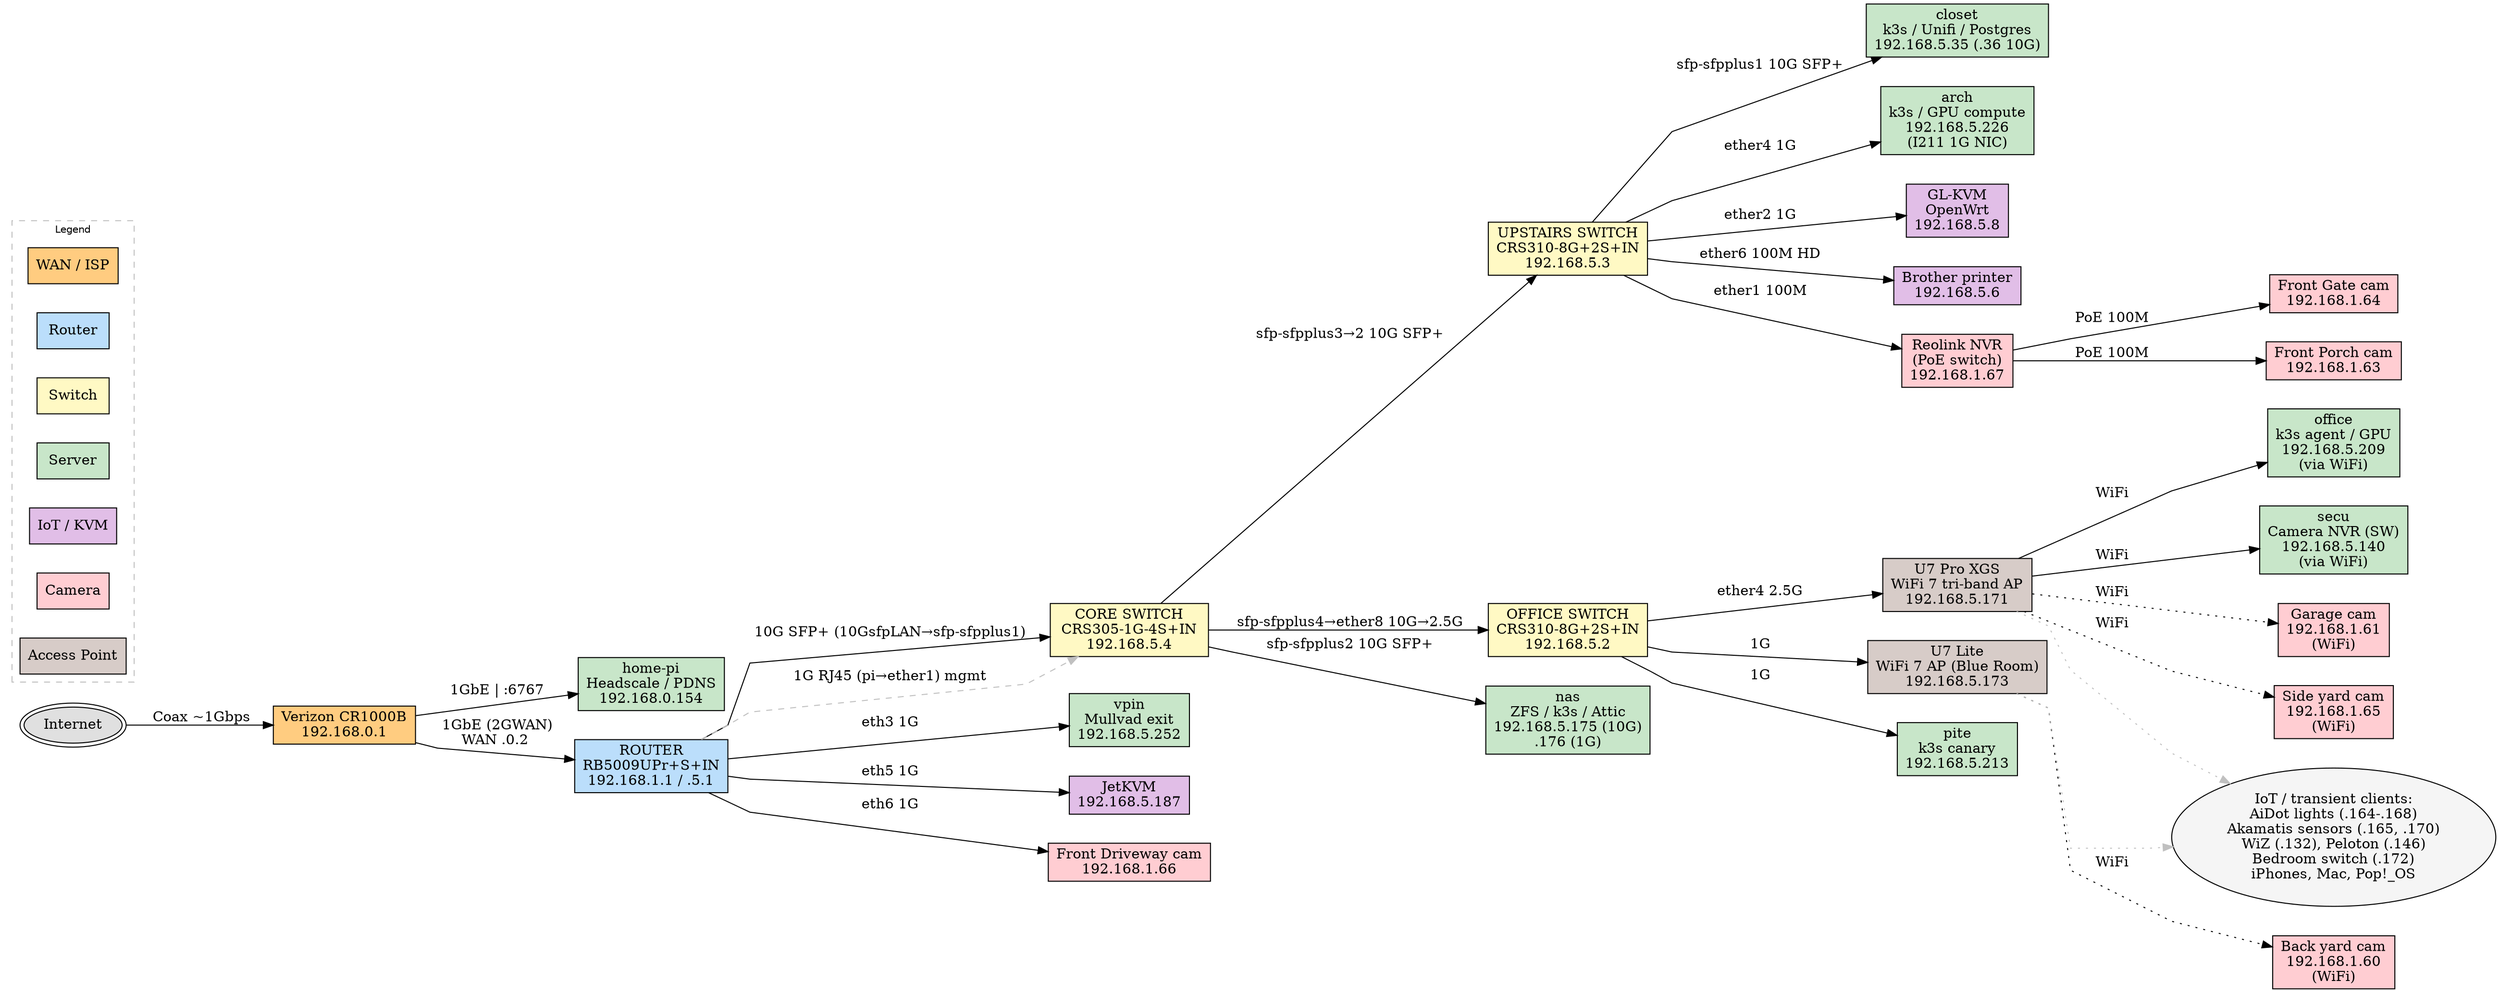
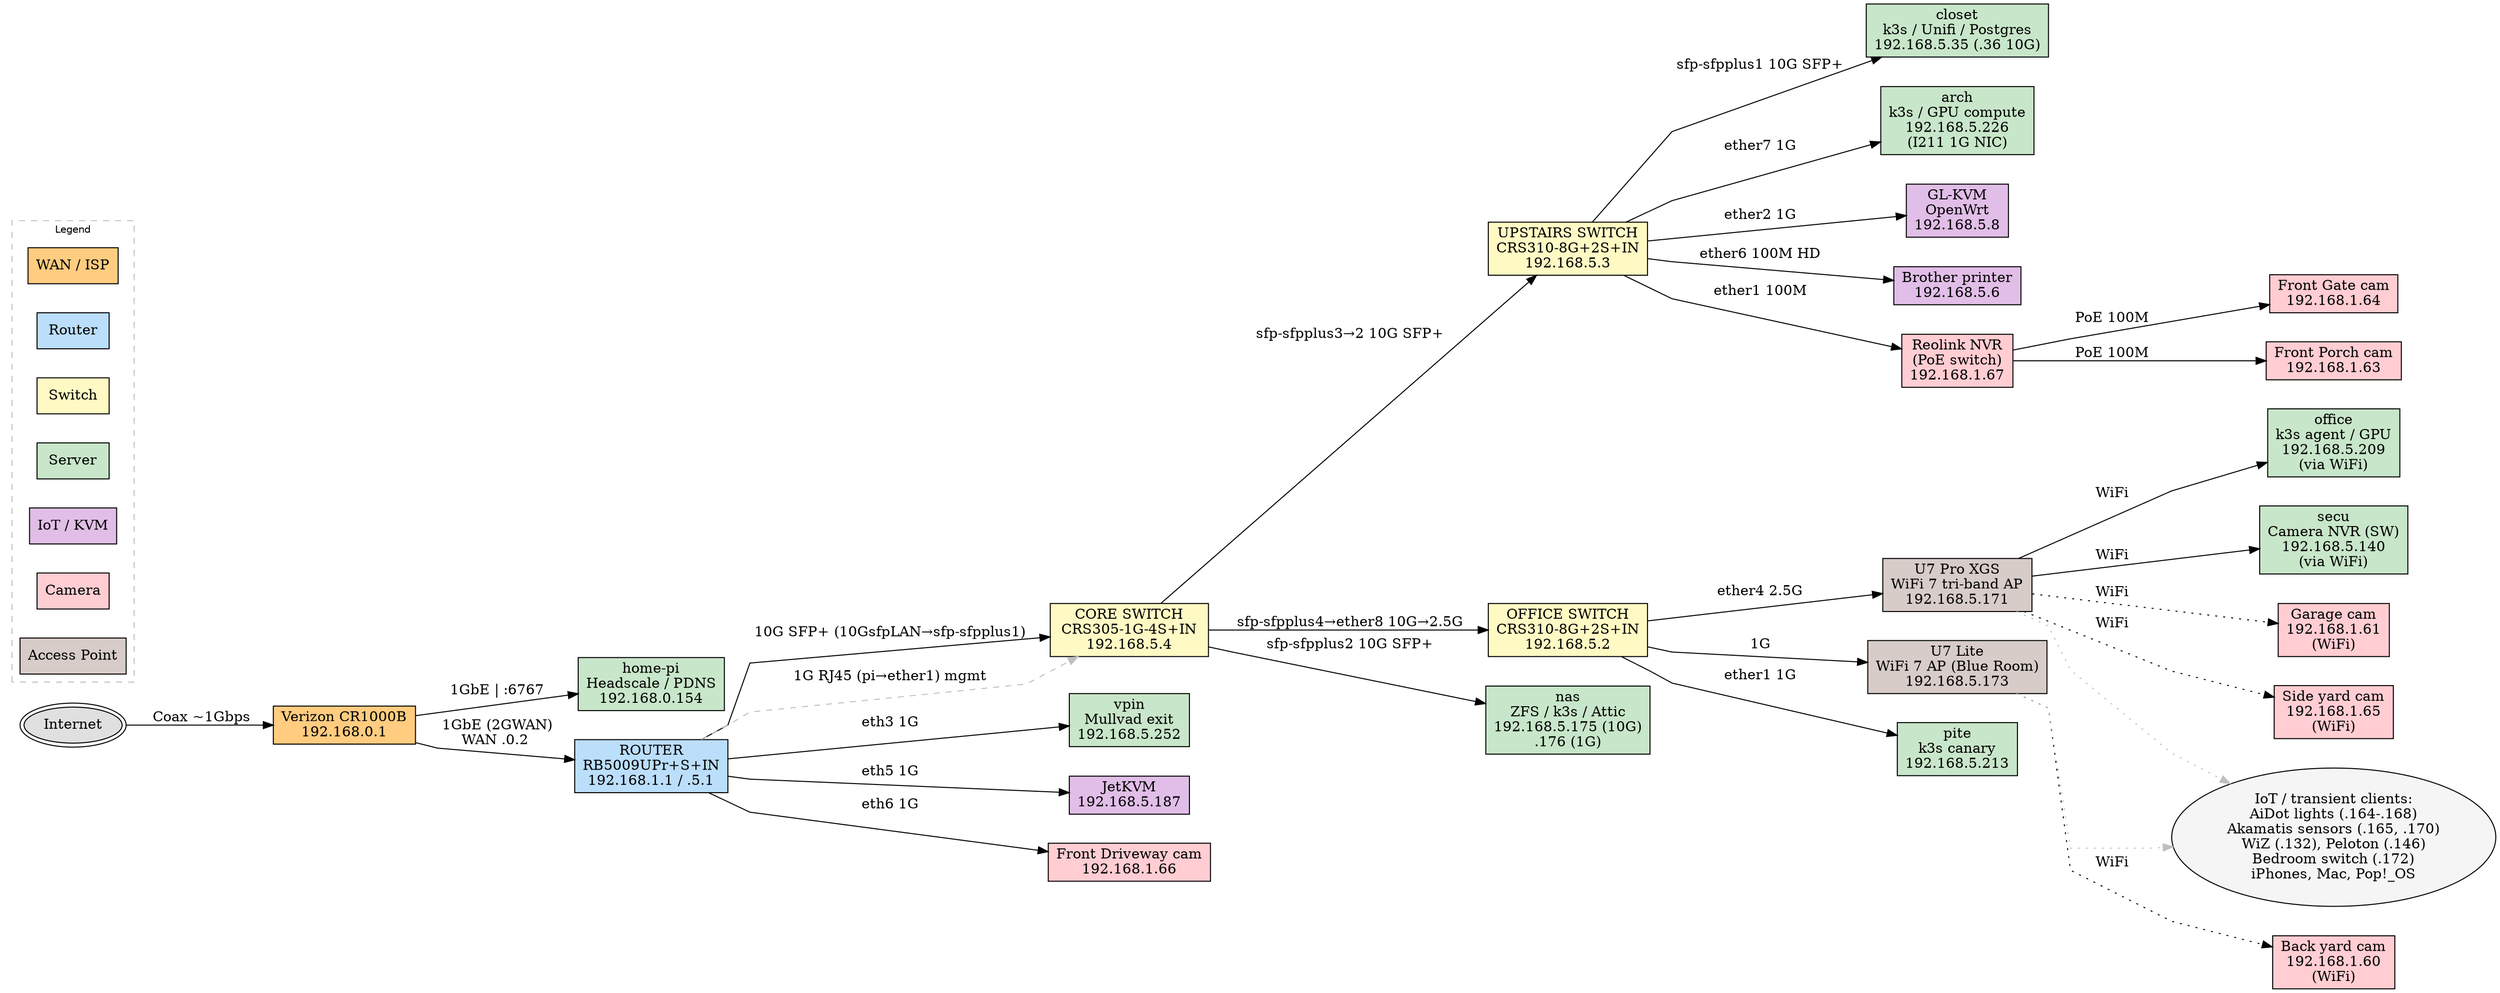
digraph G {
    rankdir=LR
    splines=polyline
    nodesep=0.4
    ranksep=0.6
    bgcolor=white
    fontname="Helvetica"

    // ── Internet / WAN ──
    internet [shape=ellipse, label="Internet", fillcolor="#e0e0e0", style=filled, peripheries=2]
    verizon  [shape=box, label="Verizon CR1000B\n192.168.0.1", fillcolor="#ffcc80", style=filled]
    homepi   [shape=box, label="home-pi\nHeadscale / PDNS\n192.168.0.154", fillcolor="#c8e6c9", style=filled]

    internet -> verizon [label=" Coax ~1Gbps"]
    verizon -> homepi   [label=" 1GbE | :6767"]

    // ── Router ──
    router [shape=box, label="ROUTER\nRB5009UPr+S+IN\n192.168.1.1 / .5.1", fillcolor="#bbdefb", style=filled, width=2.0]

    verizon -> router [label=" 1GbE (2GWAN)\nWAN .0.2"]

    // ── Core Switch ──
    core [shape=box, label="CORE SWITCH\nCRS305-1G-4S+IN\n192.168.5.4", fillcolor="#fff9c4", style=filled, width=2.2]

    router -> core [label=" 10G SFP+ (10GsfpLAN→sfp-sfpplus1)"]
    router -> core [label=" 1G RJ45 (pi→ether1) mgmt", style=dashed, color=gray, weight=0]

    // ── Router direct ports ──
    vpin        [shape=box, label="vpin\nMullvad exit\n192.168.5.252", fillcolor="#c8e6c9", style=filled]
    jetkvm      [shape=box, label="JetKVM\n192.168.5.187", fillcolor="#e1bee7", style=filled]
    cam_driveway [shape=box, label="Front Driveway cam\n192.168.1.66", fillcolor="#ffcdd2", style=filled]

    router -> vpin         [label=" eth3 1G"]
    router -> jetkvm       [label=" eth5 1G"]
    router -> cam_driveway [label=" eth6 1G"]

    // ── Switches ──
    upstairs [shape=box, label="UPSTAIRS SWITCH\nCRS310-8G+2S+IN\n192.168.5.3", fillcolor="#fff9c4", style=filled, width=2.0]
    office   [shape=box, label="OFFICE SWITCH\nCRS310-8G+2S+IN\n192.168.5.2", fillcolor="#fff9c4", style=filled, width=2.0]

    core -> upstairs [label=" sfp-sfpplus3→2 10G SFP+"]
    core -> office   [label=" sfp-sfpplus4→ether8 10G→2.5G"]

    // ── NAS (direct on core) ──
    nas [shape=box, label="nas\nZFS / k3s / Attic\n192.168.5.175 (10G)\n.176 (1G)", fillcolor="#c8e6c9", style=filled]

    core -> nas [label=" sfp-sfpplus2 10G SFP+"]

    // ── Upstairs wired devices ──
    closet  [shape=box, label="closet\nk3s / Unifi / Postgres\n192.168.5.35 (.36 10G)", fillcolor="#c8e6c9", style=filled]
    arch    [shape=box, label="arch\nk3s / GPU compute\n192.168.5.226\n(I211 1G NIC)", fillcolor="#c8e6c9", style=filled]
    glkvm   [shape=box, label="GL-KVM\nOpenWrt\n192.168.5.8", fillcolor="#e1bee7", style=filled]
    brother [shape=box, label="Brother printer\n192.168.5.6", fillcolor="#e1bee7", style=filled]

    upstairs -> closet  [label=" sfp-sfpplus1 10G SFP+"]
-     upstairs -> arch    [label=" ether4 1G"]
+     upstairs -> arch    [label=" ether7 1G"]
    upstairs -> glkvm   [label=" ether2 1G"]
    upstairs -> brother [label=" ether6 100M HD"]

    // ── NVR + wired cameras (NVR acts as PoE switch) ──
    nvr       [shape=box, label="Reolink NVR\n(PoE switch)\n192.168.1.67", fillcolor="#ffcdd2", style=filled]
    cam_gate  [shape=box, label="Front Gate cam\n192.168.1.64", fillcolor="#ffcdd2", style=filled]
    cam_porch [shape=box, label="Front Porch cam\n192.168.1.63", fillcolor="#ffcdd2", style=filled]

    upstairs -> nvr      [label=" ether1 100M"]
    nvr      -> cam_gate  [label=" PoE 100M"]
    nvr      -> cam_porch [label=" PoE 100M"]

    // ── Office: APs wired, workstation on WiFi ──
    u7proxgs [shape=box, label="U7 Pro XGS\nWiFi 7 tri-band AP\n192.168.5.171", fillcolor="#d7ccc8", style=filled]
    u7lite   [shape=box, label="U7 Lite\nWiFi 7 AP (Blue Room)\n192.168.5.173", fillcolor="#d7ccc8", style=filled]

    office -> u7proxgs [label=" ether4 2.5G"]
    office -> u7lite   [label=" 1G"]

    // ── WiFi clients ──
    officepc [shape=box, label="office\nk3s agent / GPU\n192.168.5.209\n(via WiFi)", fillcolor="#c8e6c9", style=filled]
    secu     [shape=box, label="secu\nCamera NVR (SW)\n192.168.5.140\n(via WiFi)", fillcolor="#c8e6c9", style=filled]
    cam_back  [shape=box, label="Back yard cam\n192.168.1.60\n(WiFi)", fillcolor="#ffcdd2", style=filled]
    cam_garage [shape=box, label="Garage cam\n192.168.1.61\n(WiFi)", fillcolor="#ffcdd2", style=filled]
    cam_side  [shape=box, label="Side yard cam\n192.168.1.65\n(WiFi)", fillcolor="#ffcdd2", style=filled]

    u7proxgs -> officepc   [label=" WiFi"]
    u7proxgs -> secu       [label=" WiFi"]
    u7proxgs -> cam_garage [label=" WiFi", style=dotted]
    u7proxgs -> cam_side   [label=" WiFi", style=dotted]
    u7lite   -> cam_back   [label=" WiFi", style=dotted]

    // ── IoT / transient clients ──
    iot [shape=ellipse, label="IoT / transient clients:\nAiDot lights (.164-.168)\nAkamatis sensors (.165, .170)\nWiZ (.132), Peloton (.146)\nBedroom switch (.172)\niPhones, Mac, Pop!_OS", fillcolor="#f5f5f5", style=filled]

    u7proxgs -> iot [style=dotted, color=gray, weight=0]
    u7lite   -> iot [style=dotted, color=gray, weight=0]

    // ── pite (wired via office switch) ──
    pite [shape=box, label="pite\nk3s canary\n192.168.5.213", fillcolor="#c8e6c9", style=filled]

-     office -> pite [label=" 1G"]
+     office -> pite [label=" ether1 1G"]

    // ── Legend ──
    subgraph cluster_legend {
        label="Legend"
        style=dashed
        color=gray
        fontsize=10
        legend_wan     [shape=box, label="WAN / ISP", fillcolor="#ffcc80", style=filled, width=1.0]
        legend_router  [shape=box, label="Router", fillcolor="#bbdefb", style=filled, width=1.0]
        legend_switch  [shape=box, label="Switch", fillcolor="#fff9c4", style=filled, width=1.0]
        legend_server  [shape=box, label="Server", fillcolor="#c8e6c9", style=filled, width=1.0]
        legend_iot     [shape=box, label="IoT / KVM", fillcolor="#e1bee7", style=filled, width=1.0]
        legend_cam     [shape=box, label="Camera", fillcolor="#ffcdd2", style=filled, width=1.0]
        legend_ap      [shape=box, label="Access Point", fillcolor="#d7ccc8", style=filled, width=1.0]
    }
}
